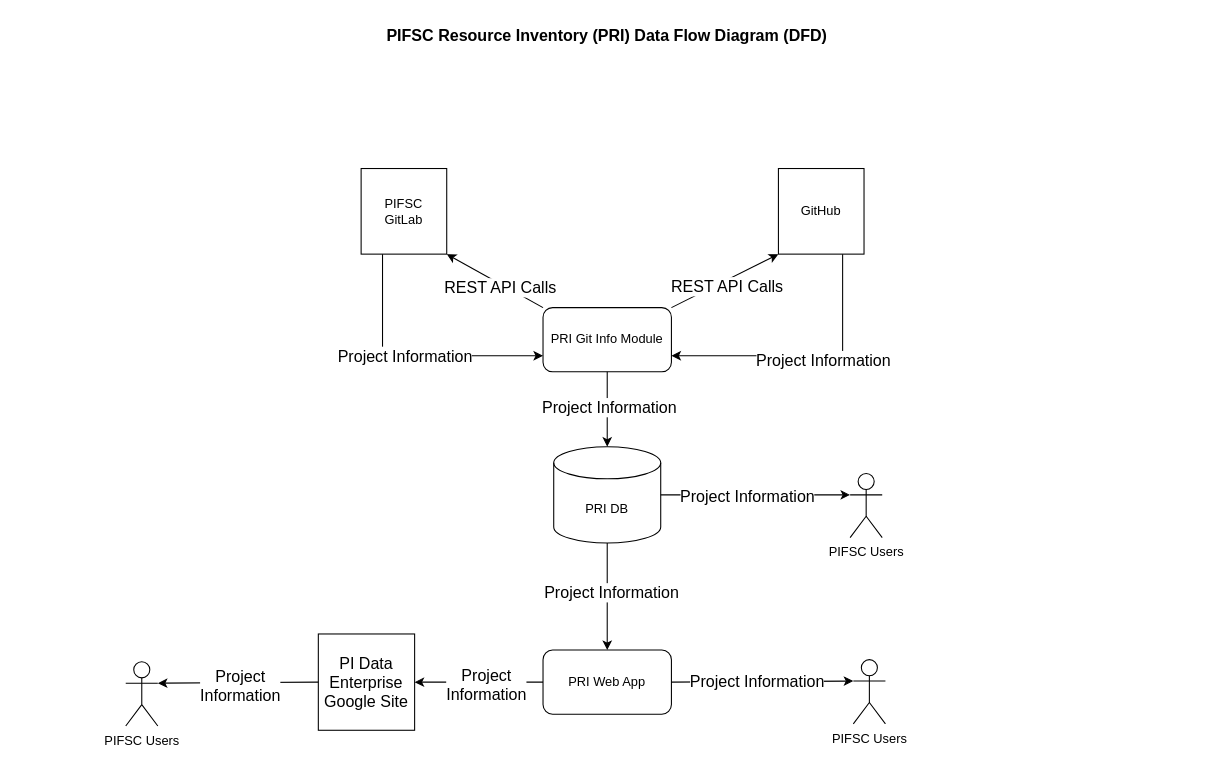
This is docs/DFD/PRI_DFD.drawio from noaa-pifsc/PIFSC-Resource-Inventory, a draw.io file, before an edit. Source tidied: cells renumbered, new cells numbered last; positions are measured from the earlier drawing's top-left corner, leaving out a move shared by most shapes. Both pictures are drawn from the tidied source at 107%, with x=0, y=0 at pixel (18, 18).
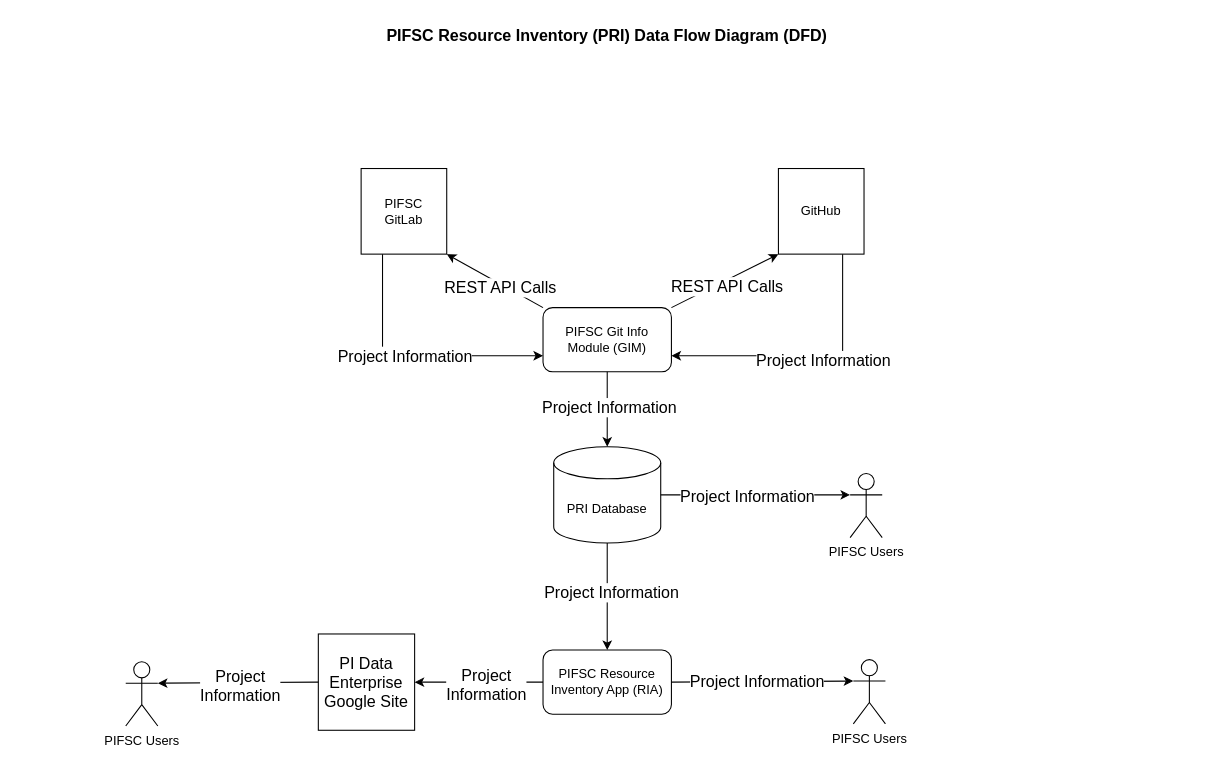
Above is the later version.

Diff of the diagram source:
```diff
@@
-    <mxCell id="3" value="PRI DB" style="shape=cylinder3;whiteSpace=wrap;html=1;boundedLbl=1;backgroundOutline=1;size=15;" parent="1" vertex="1">
+    <mxCell id="3" value="PRI Database" style="shape=cylinder3;whiteSpace=wrap;html=1;boundedLbl=1;backgroundOutline=1;size=15;" parent="1" vertex="1">
       <mxGeometry x="500" y="400" width="100" height="90" as="geometry" />
     </mxCell>
@@
-    <mxCell id="5" value="PRI Git Info Module" style="rounded=1;whiteSpace=wrap;html=1;" parent="1" vertex="1">
+    <mxCell id="5" value="PIFSC Git Info Module (GIM)" style="rounded=1;whiteSpace=wrap;html=1;" parent="1" vertex="1">
       <mxGeometry x="490" y="270" width="120" height="60" as="geometry" />
     </mxCell>
-    <mxCell id="6" value="PRI Web App" style="rounded=1;whiteSpace=wrap;html=1;" parent="1" vertex="1">
+    <mxCell id="6" value="PIFSC Resource Inventory App (RIA)" style="rounded=1;whiteSpace=wrap;html=1;" parent="1" vertex="1">
       <mxGeometry x="490" y="590" width="120" height="60" as="geometry" />
     </mxCell>
```
